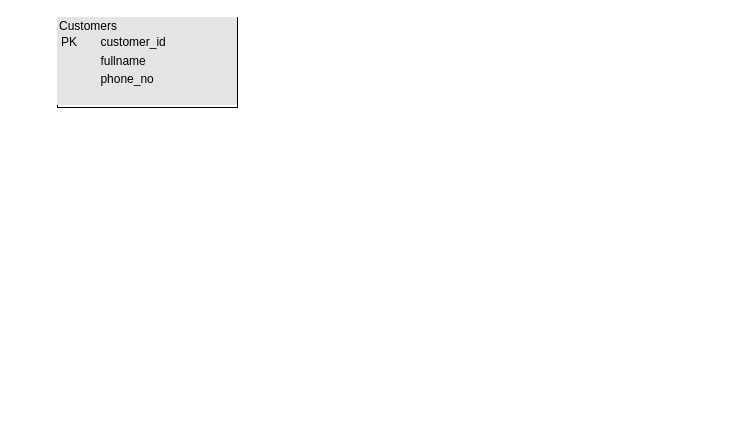
Before: ZachumERD.drawio in birbdrtamang/Zachum-By-Skydancer, a draw.io diagram. Source tidied: cells renumbered, new cells numbered last; positions are measured from the earlier drawing's top-left corner, leaving out a move shared by most shapes. Both pictures are drawn from the tidied source at 100%, with x=0, y=0 at pixel (57, 17).
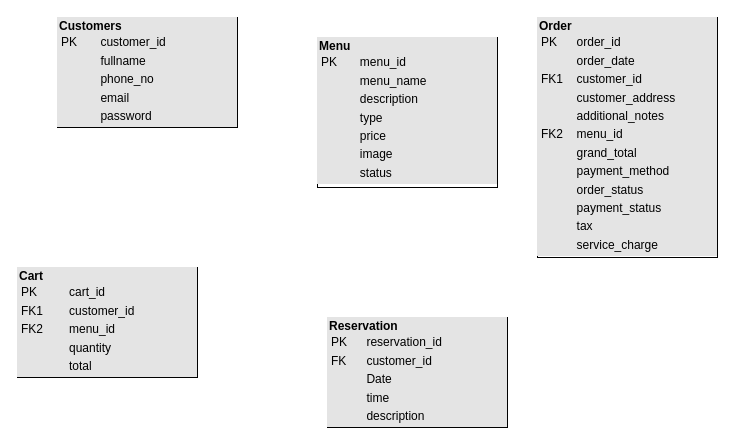
After the change.

What changed in the source:
```diff
@@
 <mxGraphModel>
   <root>
     <mxCell id="0" />
     <mxCell id="1" parent="0" />
-    <mxCell id="2" value="&lt;div style=&quot;box-sizing:border-box;width:100%;background:#e4e4e4;padding:2px;&quot;&gt;Customers&lt;br&gt;&lt;table style=&quot;background-color: initial; font-size: 1em; width: 100%;&quot; cellpadding=&quot;2&quot; cellspacing=&quot;0&quot;&gt;&lt;tbody&gt;&lt;tr&gt;&lt;td&gt;PK&lt;/td&gt;&lt;td&gt;customer_id&lt;/td&gt;&lt;/tr&gt;&lt;tr&gt;&lt;td&gt;&lt;br&gt;&lt;/td&gt;&lt;td&gt;fullname&lt;br&gt;&lt;/td&gt;&lt;/tr&gt;&lt;tr&gt;&lt;td&gt;&lt;/td&gt;&lt;td&gt;phone_no&lt;br&gt;&lt;br&gt;&lt;/td&gt;&lt;/tr&gt;&lt;/tbody&gt;&lt;/table&gt;&lt;/div&gt;" style="verticalAlign=top;align=left;overflow=fill;html=1;whiteSpace=wrap;" parent="1" vertex="1">
-      <mxGeometry width="180" height="90" as="geometry" />
+    <mxCell id="2" value="&lt;div style=&quot;box-sizing:border-box;width:100%;background:#e4e4e4;padding:2px;&quot;&gt;&lt;b&gt;Customers&lt;/b&gt;&lt;br&gt;&lt;table style=&quot;background-color: initial; font-size: 1em; width: 100%;&quot; cellpadding=&quot;2&quot; cellspacing=&quot;0&quot;&gt;&lt;tbody&gt;&lt;tr&gt;&lt;td&gt;PK&lt;/td&gt;&lt;td&gt;customer_id&lt;/td&gt;&lt;/tr&gt;&lt;tr&gt;&lt;td&gt;&lt;br&gt;&lt;/td&gt;&lt;td&gt;fullname&lt;/td&gt;&lt;/tr&gt;&lt;tr&gt;&lt;td&gt;&lt;br&gt;&lt;/td&gt;&lt;td&gt;phone_no&lt;/td&gt;&lt;/tr&gt;&lt;tr&gt;&lt;td&gt;&lt;br&gt;&lt;/td&gt;&lt;td&gt;email&lt;/td&gt;&lt;/tr&gt;&lt;tr&gt;&lt;td&gt;&lt;br&gt;&lt;/td&gt;&lt;td&gt;password&lt;/td&gt;&lt;/tr&gt;&lt;/tbody&gt;&lt;/table&gt;&lt;/div&gt;" style="verticalAlign=top;align=left;overflow=fill;html=1;whiteSpace=wrap;" parent="1" vertex="1">
+      <mxGeometry width="180" height="110" as="geometry" />
     </mxCell>
+    <mxCell id="3" value="&lt;div style=&quot;box-sizing:border-box;width:100%;background:#e4e4e4;padding:2px;&quot;&gt;&lt;b&gt;Menu&lt;/b&gt;&lt;br&gt;&lt;table style=&quot;background-color: initial; font-size: 1em; width: 100%;&quot; cellpadding=&quot;2&quot; cellspacing=&quot;0&quot;&gt;&lt;tbody&gt;&lt;tr&gt;&lt;td&gt;PK&lt;/td&gt;&lt;td&gt;menu_id&lt;/td&gt;&lt;/tr&gt;&lt;tr&gt;&lt;td&gt;&lt;br&gt;&lt;/td&gt;&lt;td&gt;menu_name&lt;/td&gt;&lt;/tr&gt;&lt;tr&gt;&lt;td&gt;&lt;br&gt;&lt;/td&gt;&lt;td&gt;description&lt;/td&gt;&lt;/tr&gt;&lt;tr&gt;&lt;td&gt;&lt;br&gt;&lt;/td&gt;&lt;td&gt;type&lt;/td&gt;&lt;/tr&gt;&lt;tr&gt;&lt;td&gt;&lt;br&gt;&lt;/td&gt;&lt;td&gt;price&lt;/td&gt;&lt;/tr&gt;&lt;tr&gt;&lt;td&gt;&lt;br&gt;&lt;/td&gt;&lt;td&gt;image&lt;/td&gt;&lt;/tr&gt;&lt;tr&gt;&lt;td&gt;&lt;br&gt;&lt;/td&gt;&lt;td&gt;status&lt;/td&gt;&lt;/tr&gt;&lt;/tbody&gt;&lt;/table&gt;&lt;/div&gt;" style="verticalAlign=top;align=left;overflow=fill;html=1;whiteSpace=wrap;" parent="1" vertex="1">
+      <mxGeometry x="260" y="20" width="180" height="150" as="geometry" />
+    </mxCell>
+    <mxCell id="4" value="&lt;div style=&quot;box-sizing:border-box;width:100%;background:#e4e4e4;padding:2px;&quot;&gt;&lt;b&gt;Order&lt;/b&gt;&lt;br&gt;&lt;table style=&quot;background-color: initial; font-size: 1em; width: 100%;&quot; cellpadding=&quot;2&quot; cellspacing=&quot;0&quot;&gt;&lt;tbody&gt;&lt;tr&gt;&lt;td&gt;PK&lt;/td&gt;&lt;td&gt;order_id&lt;/td&gt;&lt;/tr&gt;&lt;tr&gt;&lt;td&gt;&lt;br&gt;&lt;/td&gt;&lt;td&gt;order_date&lt;/td&gt;&lt;/tr&gt;&lt;tr&gt;&lt;td&gt;FK1&lt;/td&gt;&lt;td&gt;customer_id&lt;/td&gt;&lt;/tr&gt;&lt;tr&gt;&lt;td&gt;&lt;br&gt;&lt;/td&gt;&lt;td&gt;customer_address&lt;/td&gt;&lt;/tr&gt;&lt;tr&gt;&lt;td&gt;&lt;br&gt;&lt;/td&gt;&lt;td&gt;additional_notes&lt;/td&gt;&lt;/tr&gt;&lt;tr&gt;&lt;td&gt;FK2&lt;/td&gt;&lt;td&gt;menu_id&lt;/td&gt;&lt;/tr&gt;&lt;tr&gt;&lt;td&gt;&lt;br&gt;&lt;/td&gt;&lt;td&gt;grand_total&lt;/td&gt;&lt;/tr&gt;&lt;tr&gt;&lt;td&gt;&lt;br&gt;&lt;/td&gt;&lt;td&gt;payment_method&lt;/td&gt;&lt;/tr&gt;&lt;tr&gt;&lt;td&gt;&lt;br&gt;&lt;/td&gt;&lt;td&gt;order_status&lt;/td&gt;&lt;/tr&gt;&lt;tr&gt;&lt;td&gt;&lt;br&gt;&lt;/td&gt;&lt;td&gt;payment_status&lt;/td&gt;&lt;/tr&gt;&lt;tr&gt;&lt;td&gt;&lt;br&gt;&lt;/td&gt;&lt;td&gt;tax&lt;/td&gt;&lt;/tr&gt;&lt;tr&gt;&lt;td&gt;&lt;br&gt;&lt;/td&gt;&lt;td&gt;service_charge&lt;/td&gt;&lt;/tr&gt;&lt;/tbody&gt;&lt;/table&gt;&lt;/div&gt;" style="verticalAlign=top;align=left;overflow=fill;html=1;whiteSpace=wrap;" parent="1" vertex="1">
+      <mxGeometry x="480" width="180" height="240" as="geometry" />
+    </mxCell>
+    <mxCell id="5" value="&lt;div style=&quot;box-sizing:border-box;width:100%;background:#e4e4e4;padding:2px;&quot;&gt;&lt;b&gt;Cart&lt;/b&gt;&lt;table style=&quot;background-color: initial; font-size: 1em; width: 100%;&quot; cellpadding=&quot;2&quot; cellspacing=&quot;0&quot;&gt;&lt;tbody&gt;&lt;tr&gt;&lt;td&gt;PK&lt;/td&gt;&lt;td&gt;cart_id&lt;/td&gt;&lt;/tr&gt;&lt;tr&gt;&lt;td&gt;FK1&lt;/td&gt;&lt;td&gt;customer_id&lt;/td&gt;&lt;/tr&gt;&lt;tr&gt;&lt;td&gt;FK2&lt;/td&gt;&lt;td&gt;menu_id&lt;/td&gt;&lt;/tr&gt;&lt;tr&gt;&lt;td&gt;&lt;br&gt;&lt;/td&gt;&lt;td&gt;quantity&lt;/td&gt;&lt;/tr&gt;&lt;tr&gt;&lt;td&gt;&lt;br&gt;&lt;/td&gt;&lt;td&gt;total&lt;/td&gt;&lt;/tr&gt;&lt;tr&gt;&lt;td&gt;&lt;br&gt;&lt;/td&gt;&lt;td&gt;&lt;br&gt;&lt;/td&gt;&lt;/tr&gt;&lt;tr&gt;&lt;td&gt;&lt;br&gt;&lt;/td&gt;&lt;td&gt;&lt;br&gt;&lt;/td&gt;&lt;/tr&gt;&lt;/tbody&gt;&lt;/table&gt;&lt;/div&gt;" style="verticalAlign=top;align=left;overflow=fill;html=1;whiteSpace=wrap;" parent="1" vertex="1">
+      <mxGeometry x="-40" y="250" width="180" height="110" as="geometry" />
+    </mxCell>
+    <mxCell id="6" value="&lt;div style=&quot;box-sizing:border-box;width:100%;background:#e4e4e4;padding:2px;&quot;&gt;&lt;b&gt;Reservation&lt;/b&gt;&lt;br&gt;&lt;table style=&quot;background-color: initial; font-size: 1em; width: 100%;&quot; cellpadding=&quot;2&quot; cellspacing=&quot;0&quot;&gt;&lt;tbody&gt;&lt;tr&gt;&lt;td&gt;PK&lt;/td&gt;&lt;td&gt;reservation_id&lt;/td&gt;&lt;/tr&gt;&lt;tr&gt;&lt;td&gt;FK&lt;/td&gt;&lt;td&gt;customer_id&lt;/td&gt;&lt;/tr&gt;&lt;tr&gt;&lt;td&gt;&lt;br&gt;&lt;/td&gt;&lt;td&gt;Date&lt;/td&gt;&lt;/tr&gt;&lt;tr&gt;&lt;td&gt;&lt;br&gt;&lt;/td&gt;&lt;td&gt;time&lt;/td&gt;&lt;/tr&gt;&lt;tr&gt;&lt;td&gt;&lt;br&gt;&lt;/td&gt;&lt;td&gt;description&lt;/td&gt;&lt;/tr&gt;&lt;tr&gt;&lt;td&gt;&lt;br&gt;&lt;/td&gt;&lt;td&gt;&lt;br&gt;&lt;/td&gt;&lt;/tr&gt;&lt;tr&gt;&lt;td&gt;&lt;br&gt;&lt;/td&gt;&lt;td&gt;&lt;br&gt;&lt;/td&gt;&lt;/tr&gt;&lt;/tbody&gt;&lt;/table&gt;&lt;/div&gt;" style="verticalAlign=top;align=left;overflow=fill;html=1;whiteSpace=wrap;" parent="1" vertex="1">
+      <mxGeometry x="270" y="300" width="180" height="110" as="geometry" />
+    </mxCell>
   </root>
 </mxGraphModel>
```
